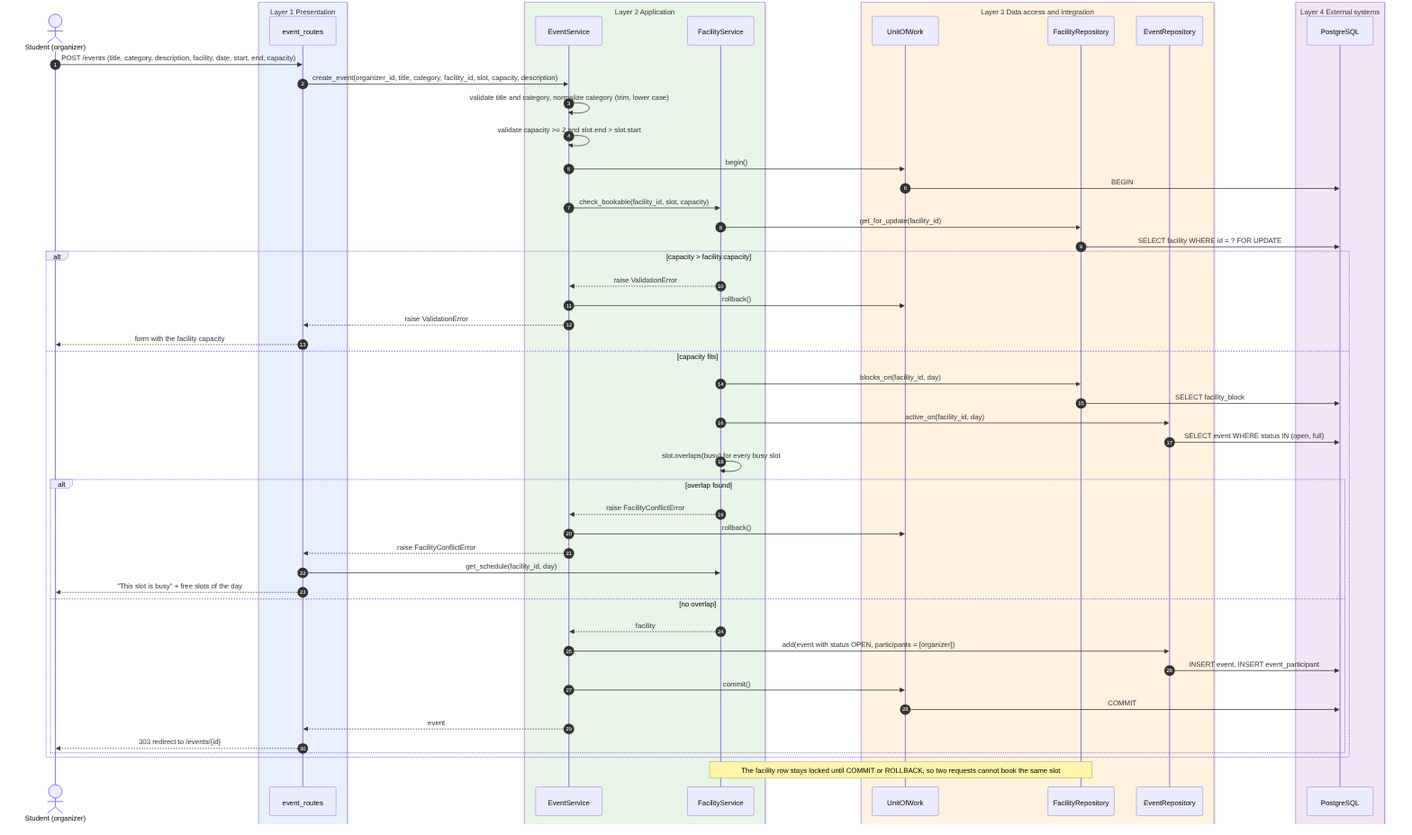
This is docs/design/sequence/uc04_uc07_create_event.png from emir-heval-arda-harun/CMPE-331-project, a Mermaid export, as it was before one commit. Its source is kept beside it as docs/design/sequence/uc04_uc07_create_event.mmd.
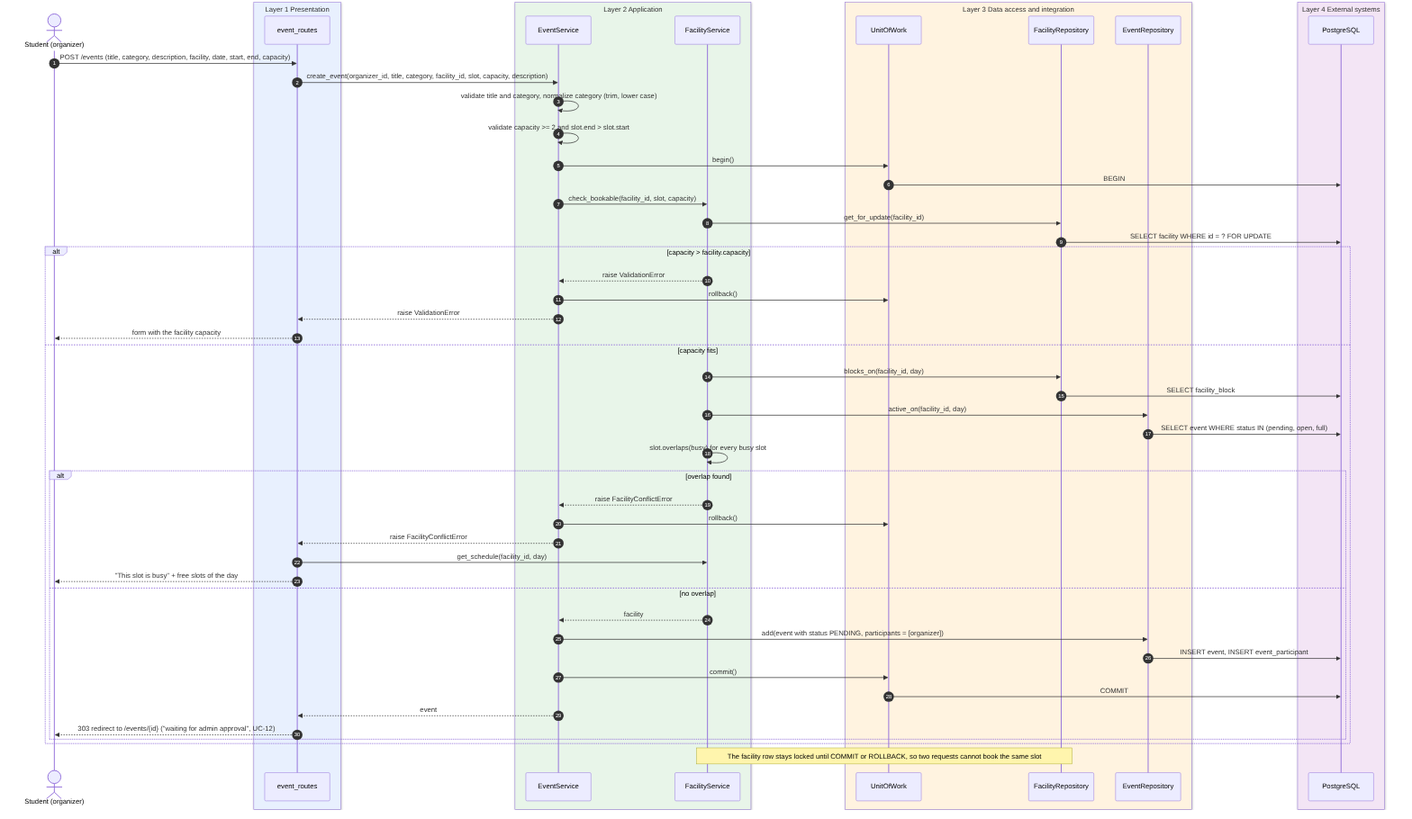
After the change.

What changed in the source:
```diff
@@ -35,7 +35,7 @@
         F->>FR: blocks_on(facility_id, day)
         FR->>DB: SELECT facility_block
         F->>ER: active_on(facility_id, day)
-        ER->>DB: SELECT event WHERE status IN (open, full)
+        ER->>DB: SELECT event WHERE status IN (pending, open, full)
         F->>F: slot.overlaps(busy) for every busy slot
         alt overlap found
             F-->>E: raise FacilityConflictError
@@ -45,12 +45,12 @@
             R-->>S: "This slot is busy" + free slots of the day
         else no overlap
             F-->>E: facility
-            E->>ER: add(event with status OPEN, participants = [organizer])
+            E->>ER: add(event with status PENDING, participants = [organizer])
             ER->>DB: INSERT event, INSERT event_participant
             E->>W: commit()
             W->>DB: COMMIT
             E-->>R: event
-            R-->>S: 303 redirect to /events/{id}
+            R-->>S: 303 redirect to /events/{id} ("waiting for admin approval", UC-12)
         end
     end
     Note over F,FR: The facility row stays locked until COMMIT or ROLLBACK, so two requests cannot book the same slot
```
